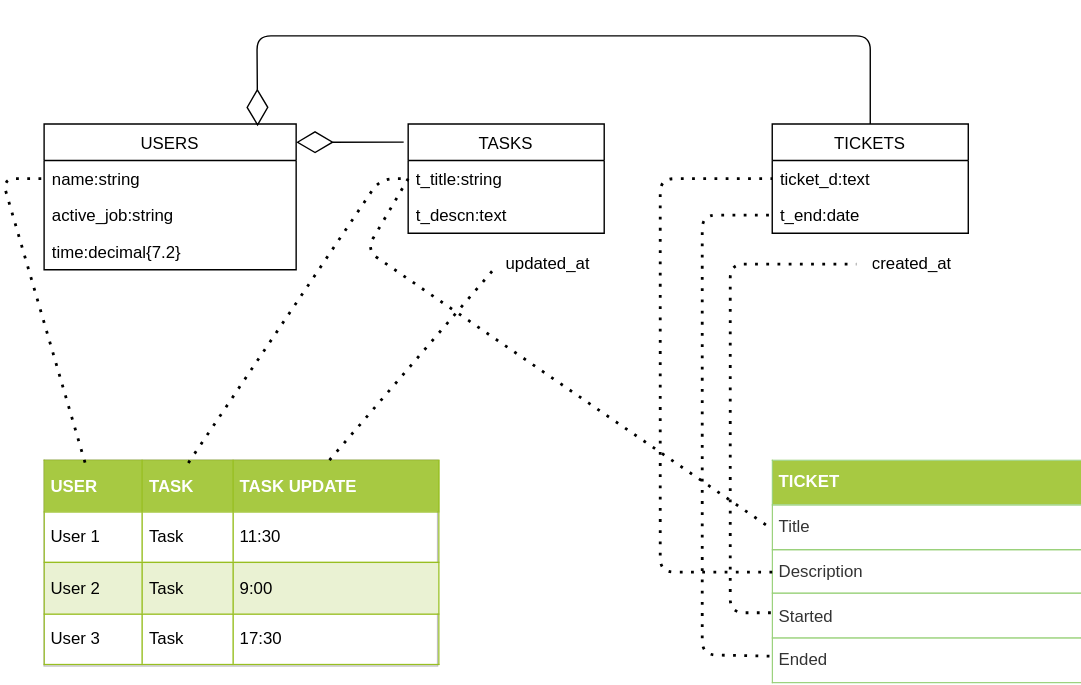
The draw.io diagram Myapp.svg in Roru-cmd/Myapp, before a commit. Source tidied: cells renumbered, new cells last; positions are measured from the earlier drawing's top-left corner, leaving out a move shared by most shapes.
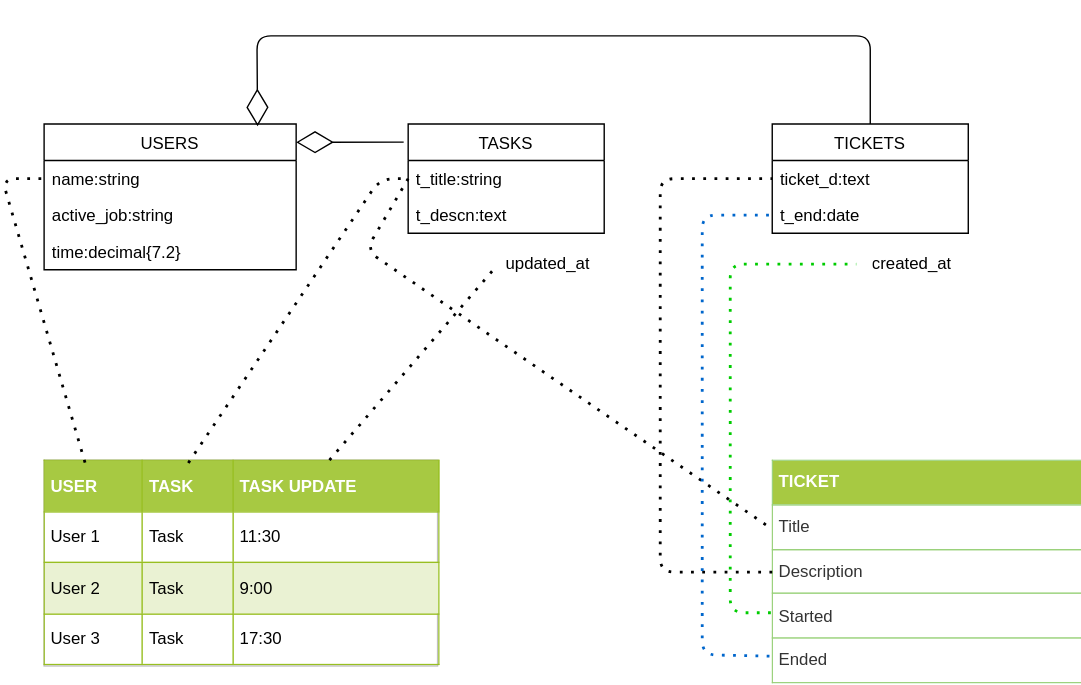
The same file after the commit.

What changed in the source:
```diff
@@ -73,7 +73,7 @@
         </Array>
       </mxGeometry>
     </mxCell>
-    <mxCell id="19" style="endArrow=none;dashed=1;html=1;dashPattern=1 3;strokeWidth=2;entryX=0;entryY=0.5;entryDx=0;entryDy=0;exitX=-0.009;exitY=0.875;exitDx=0;exitDy=0;exitPerimeter=0;" parent="1" edge="1" source="16">
+    <mxCell id="19" style="endArrow=none;dashed=1;html=1;dashPattern=1 3;strokeWidth=2;entryX=0;entryY=0.5;entryDx=0;entryDy=0;exitX=-0.009;exitY=0.875;exitDx=0;exitDy=0;exitPerimeter=0;strokeColor=#0066CC;" parent="1" edge="1" source="16">
       <mxGeometry x="81" y="141" as="geometry">
         <mxPoint x="550" y="128" as="targetPoint" />
         <Array as="points">
@@ -82,7 +82,7 @@
         </Array>
       </mxGeometry>
     </mxCell>
-    <mxCell id="20" style="endArrow=none;dashed=1;html=1;dashPattern=1 3;strokeWidth=2;entryX=0;entryY=0.5;entryDx=0;entryDy=0;" parent="1" edge="1" target="25">
+    <mxCell id="20" style="endArrow=none;dashed=1;html=1;dashPattern=1 3;strokeWidth=2;entryX=0;entryY=0.5;entryDx=0;entryDy=0;strokeColor=#00CC00;" parent="1" edge="1" target="25">
       <mxGeometry x="81" y="141" as="geometry">
         <mxPoint x="549" y="412" as="sourcePoint" />
         <Array as="points">
```
